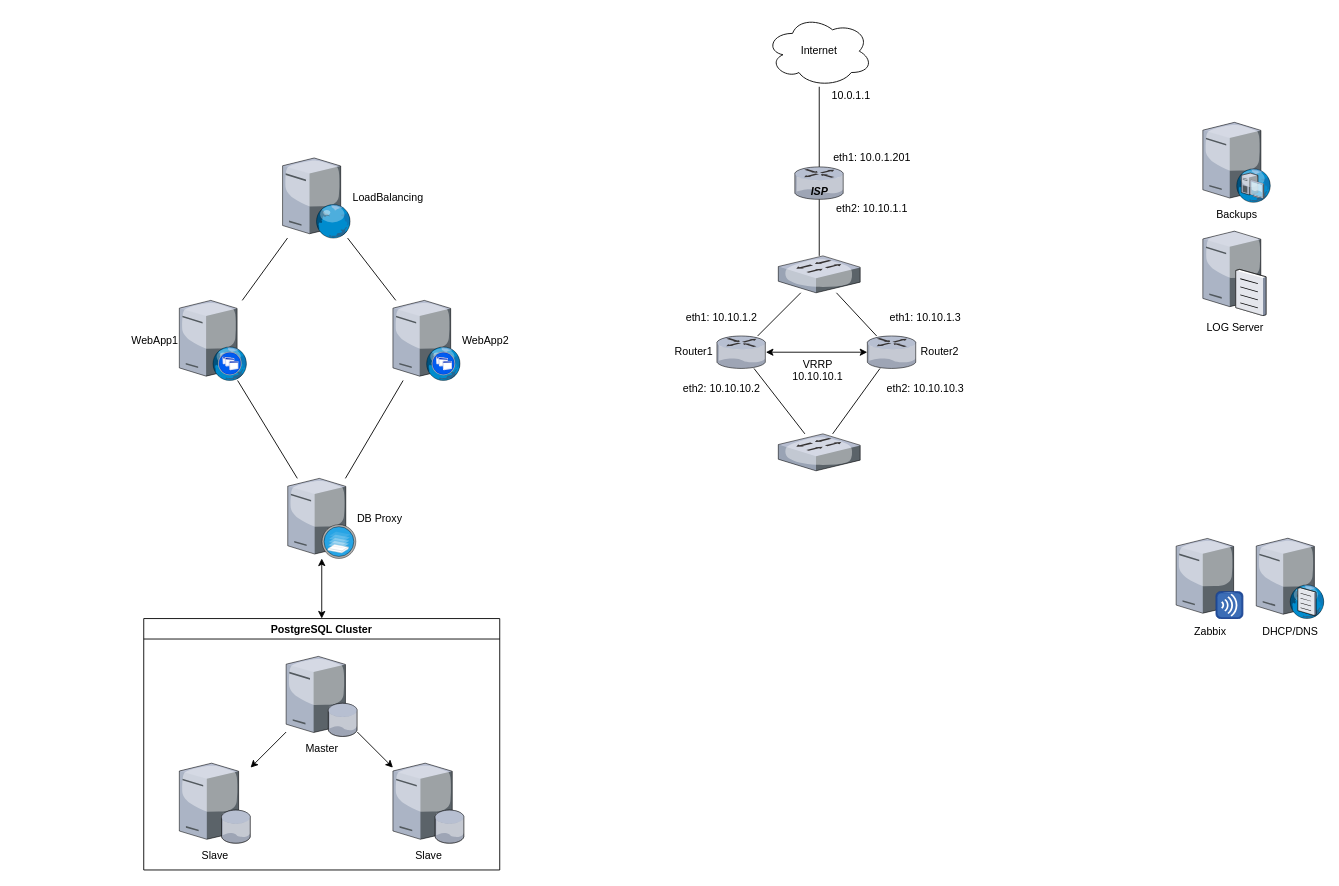
Earlier version of the draw.io diagram MainDiagram.drawio (OSPFS/OTUS-FINAL-PROJECT). Source tidied: cells renumbered, new cells numbered last; positions are measured from the earlier drawing's top-left corner, leaving out a move shared by most shapes. Both pictures are drawn from the tidied source at 89%, with x=0, y=0 at pixel (143, 15).
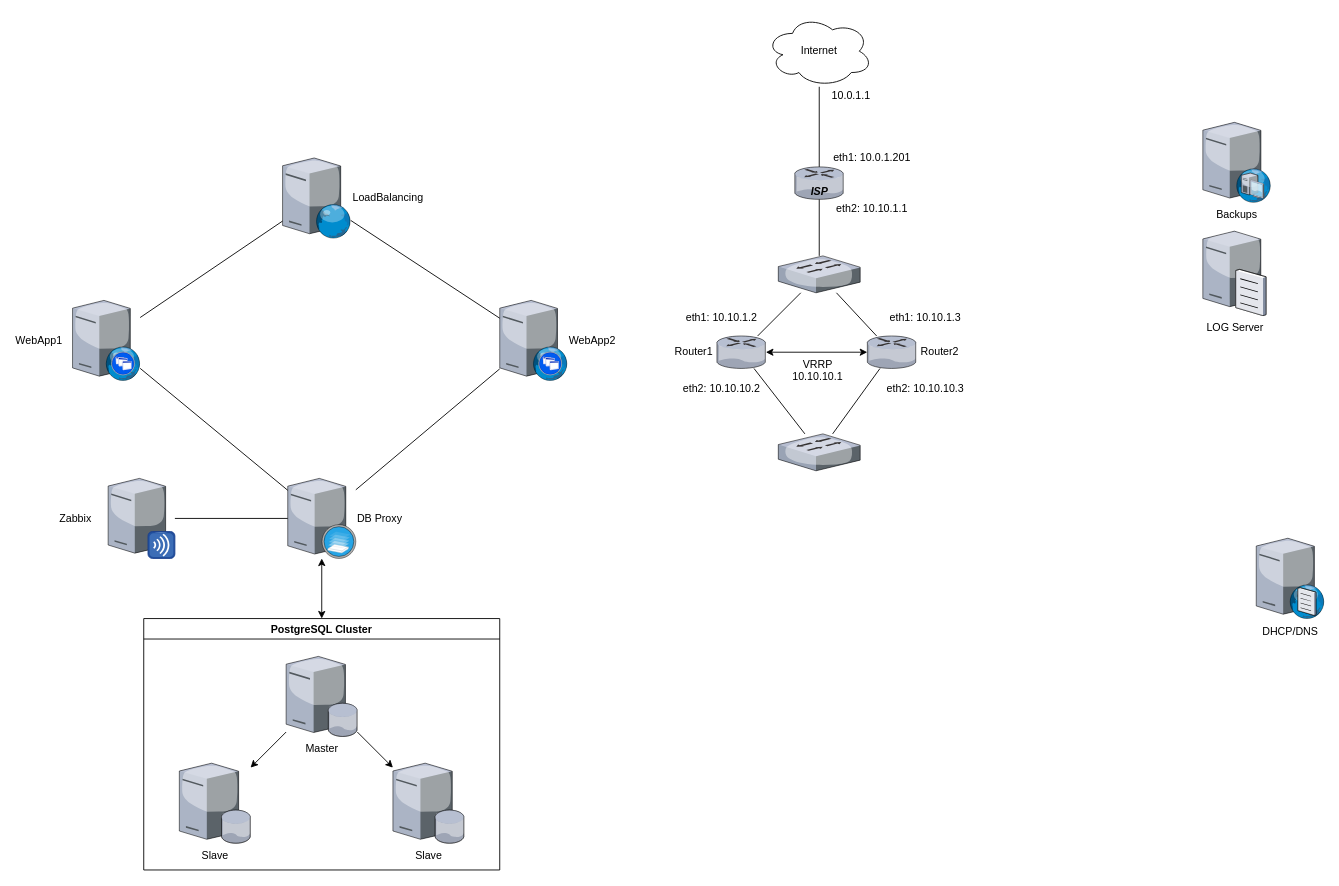
Above is the later version.

Unchanged cells that the change refers to:
```xml
<mxCell id="8" value="&lt;div&gt;DB Proxy&lt;/div&gt;" style="verticalLabelPosition=middle;html=1;verticalAlign=middle;strokeColor=none;align=left;outlineConnect=0;shape=mxgraph.citrix.xenserver;labelPosition=right;" parent="1" vertex="1">
  <mxGeometry x="161.8" y="520" width="76.5" height="90" as="geometry" />
</mxCell>
```

What changed in the source:
```diff
@@
-    <mxCell id="2" value="WebApp1" style="verticalLabelPosition=middle;html=1;verticalAlign=middle;strokeColor=none;align=right;outlineConnect=0;shape=mxgraph.citrix.xenapp_web;labelPosition=left;" parent="1" vertex="1">
-      <mxGeometry x="40" y="320" width="76" height="90" as="geometry" />
+    <mxCell id="2" value="WebApp1" style="verticalLabelPosition=middle;html=1;verticalAlign=middle;strokeColor=none;align=center;outlineConnect=0;shape=mxgraph.citrix.xenapp_web;labelPosition=left;" parent="1" vertex="1">
+      <mxGeometry x="-80" y="320" width="76" height="90" as="geometry" />
     </mxCell>
     <mxCell id="3" value="WebApp2" style="verticalLabelPosition=middle;html=1;verticalAlign=middle;strokeColor=none;align=left;outlineConnect=0;shape=mxgraph.citrix.xenapp_web;labelPosition=right;" parent="1" vertex="1">
-      <mxGeometry x="280" y="320" width="76" height="90" as="geometry" />
+      <mxGeometry x="400" y="320" width="76" height="90" as="geometry" />
     </mxCell>
@@
-    <mxCell id="13" value="Zabbix" style="verticalLabelPosition=bottom;html=1;verticalAlign=top;strokeColor=none;align=center;outlineConnect=0;shape=mxgraph.citrix.merchandising_server;" parent="1" vertex="1">
-      <mxGeometry x="1160" y="587.5" width="75" height="90" as="geometry" />
+    <mxCell id="13" value="Zabbix" style="verticalLabelPosition=middle;html=1;verticalAlign=middle;strokeColor=none;align=center;outlineConnect=0;shape=mxgraph.citrix.merchandising_server;labelPosition=left;" parent="1" vertex="1">
+      <mxGeometry x="-40" y="520" width="75" height="90" as="geometry" />
     </mxCell>
@@
+    <mxCell id="42" style="endArrow=none;html=1;" parent="1" edge="1" source="8" target="13">
+      <mxGeometry relative="1" as="geometry" />
+    </mxCell>
```
